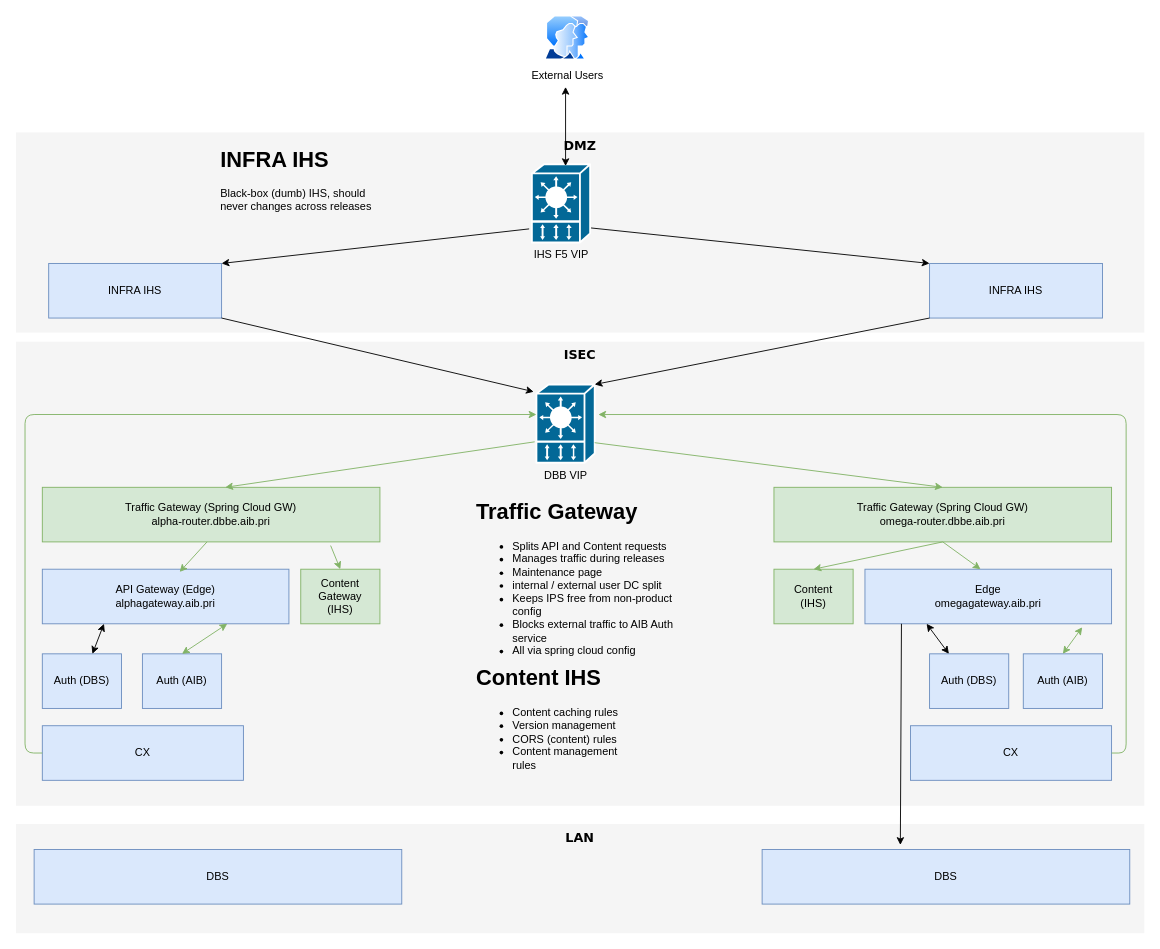
Before: src/main/resources/templates/traffic-management-alpha-testing.drawio in hughrossdublin/cardsproxy, a draw.io diagram. Source tidied: cells renumbered, new cells numbered last; positions are measured from the earlier drawing's top-left corner, leaving out a move shared by most shapes. Both pictures are drawn from the tidied source at 91%, with x=0, y=0 at pixel (15, 15).
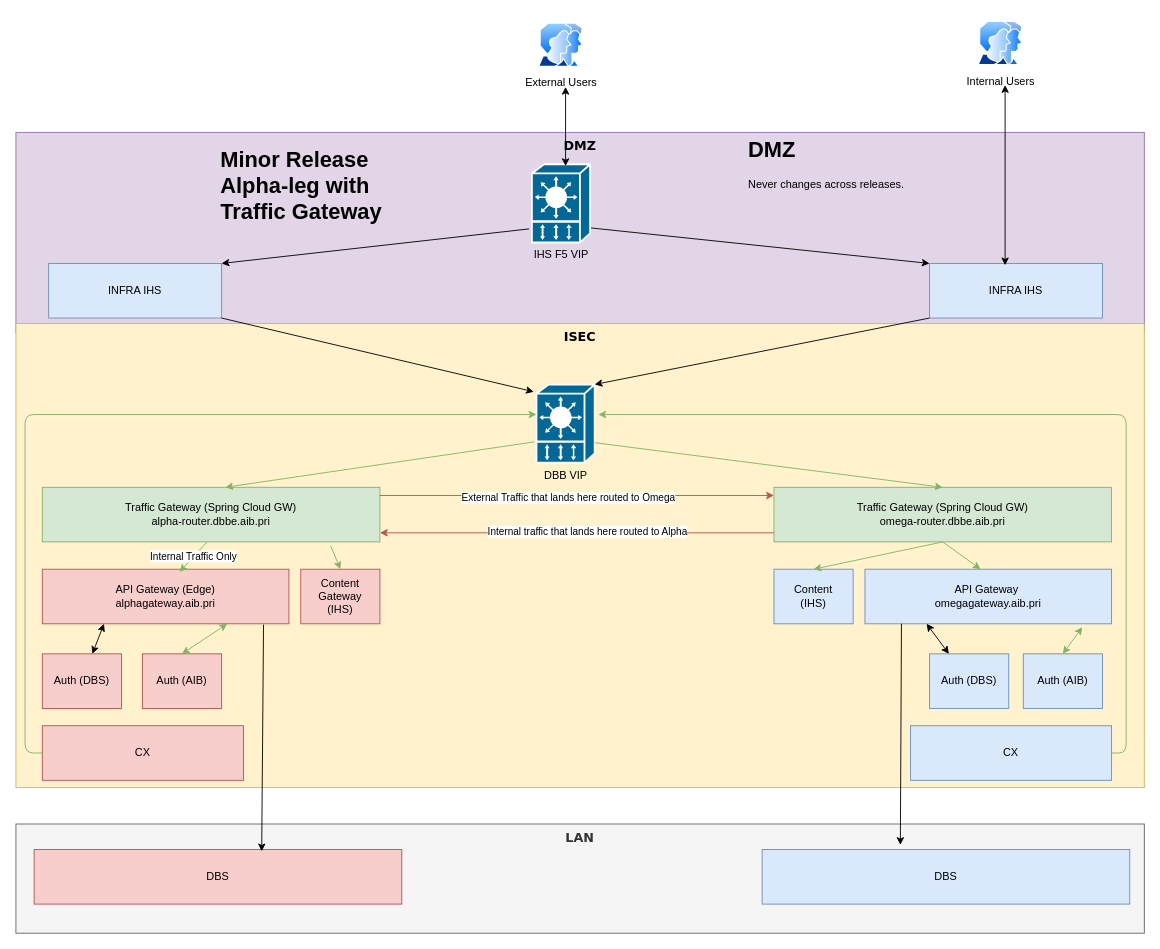
Above is the later version.

Diff of the diagram source:
```diff
@@
-    <mxCell id="2" value="LAN" style="whiteSpace=wrap;html=1;rounded=0;shadow=0;comic=0;strokeWidth=1;fontFamily=Verdana;fontSize=14;fillColor=#f5f5f5;strokeColor=none;verticalAlign=top;fontStyle=1;" parent="1" vertex="1">
+    <mxCell id="2" value="LAN" style="whiteSpace=wrap;html=1;rounded=0;shadow=0;comic=0;strokeWidth=1;fontFamily=Verdana;fontSize=14;fillColor=#f5f5f5;strokeColor=#666666;verticalAlign=top;fontStyle=1;fontColor=#333333;" parent="1" vertex="1">
       <mxGeometry y="888" width="1240" height="120" as="geometry" />
     </mxCell>
-    <mxCell id="3" value="DMZ" style="whiteSpace=wrap;html=1;rounded=0;shadow=0;comic=0;strokeWidth=1;fontFamily=Verdana;fontSize=14;fillColor=#f5f5f5;strokeColor=none;verticalAlign=top;fontStyle=1;" parent="1" vertex="1">
+    <mxCell id="3" value="DMZ" style="whiteSpace=wrap;html=1;rounded=0;shadow=0;comic=0;strokeWidth=1;fontFamily=Verdana;fontSize=14;fillColor=#e1d5e7;strokeColor=#9673a6;verticalAlign=top;fontStyle=1;" parent="1" vertex="1">
       <mxGeometry y="128" width="1240" height="220" as="geometry" />
     </mxCell>
@@
     <mxCell id="5" value="External Users" style="perimeter=ellipsePerimeter;html=1;align=center;shadow=0;dashed=0;spacingTop=3;image;image=img/lib/active_directory/user_accounts.svg;" parent="1" vertex="1">
-      <mxGeometry x="581" width="50" height="48.5" as="geometry" />
+      <mxGeometry x="574" y="8" width="50" height="48.5" as="geometry" />
     </mxCell>
@@
-    <mxCell id="8" value="ISEC" style="whiteSpace=wrap;html=1;rounded=0;shadow=0;comic=0;strokeWidth=1;fontFamily=Verdana;fontSize=14;fillColor=#f5f5f5;strokeColor=none;verticalAlign=top;fontStyle=1;" parent="1" vertex="1">
-      <mxGeometry y="358" width="1240" height="510" as="geometry" />
+    <mxCell id="8" value="ISEC" style="whiteSpace=wrap;html=1;rounded=0;shadow=0;comic=0;strokeWidth=1;fontFamily=Verdana;fontSize=14;fillColor=#fff2cc;strokeColor=#d6b656;verticalAlign=top;fontStyle=1;" parent="1" vertex="1">
+      <mxGeometry y="338" width="1240" height="510" as="geometry" />
     </mxCell>
-    <mxCell id="9" value="API Gateway (Edge)&lt;br&gt;alphagateway.aib.pri" style="rounded=0;whiteSpace=wrap;html=1;strokeColor=#6c8ebf;fillColor=#dae8fc;" parent="1" vertex="1">
+    <mxCell id="9" value="API Gateway (Edge)&lt;br&gt;alphagateway.aib.pri" style="rounded=0;whiteSpace=wrap;html=1;strokeColor=#b85450;fillColor=#f8cecc;" parent="1" vertex="1">
       <mxGeometry x="29" y="608" width="271" height="60" as="geometry" />
     </mxCell>
-    <mxCell id="10" value="Edge&lt;br&gt;omegagateway.aib.pri" style="rounded=0;whiteSpace=wrap;html=1;strokeColor=#6c8ebf;fillColor=#dae8fc;" parent="1" vertex="1">
+    <mxCell id="10" value="API Gateway&amp;nbsp;&lt;br&gt;omegagateway.aib.pri" style="rounded=0;whiteSpace=wrap;html=1;strokeColor=#6c8ebf;fillColor=#dae8fc;" parent="1" vertex="1">
       <mxGeometry x="933" y="608" width="271" height="60" as="geometry" />
     </mxCell>
@@
-    <mxCell id="12" value="CX" style="rounded=0;whiteSpace=wrap;html=1;fillColor=#dae8fc;strokeColor=#6c8ebf;" parent="1" vertex="1">
+    <mxCell id="12" value="CX" style="rounded=0;whiteSpace=wrap;html=1;fillColor=#f8cecc;strokeColor=#b85450;" parent="1" vertex="1">
       <mxGeometry x="29" y="780" width="221" height="60" as="geometry" />
     </mxCell>
@@
-    <mxCell id="14" value="Auth (DBS)" style="rounded=0;whiteSpace=wrap;html=1;fillColor=#dae8fc;strokeColor=#6c8ebf;" parent="1" vertex="1">
+    <mxCell id="14" value="Auth (DBS)" style="rounded=0;whiteSpace=wrap;html=1;fillColor=#f8cecc;strokeColor=#b85450;" parent="1" vertex="1">
       <mxGeometry x="29" y="701" width="87" height="60" as="geometry" />
     </mxCell>
@@
-    <mxCell id="23" value="Auth (AIB)" style="rounded=0;whiteSpace=wrap;html=1;fillColor=#dae8fc;strokeColor=#6c8ebf;" parent="1" vertex="1">
+    <mxCell id="23" value="Auth (AIB)" style="rounded=0;whiteSpace=wrap;html=1;fillColor=#f8cecc;strokeColor=#b85450;" parent="1" vertex="1">
       <mxGeometry x="139" y="701" width="87" height="60" as="geometry" />
     </mxCell>
-    <mxCell id="24" value="DBS" style="rounded=0;whiteSpace=wrap;html=1;fillColor=#dae8fc;strokeColor=#6c8ebf;" parent="1" vertex="1">
+    <mxCell id="24" value="DBS" style="rounded=0;whiteSpace=wrap;html=1;fillColor=#f8cecc;strokeColor=#b85450;" parent="1" vertex="1">
       <mxGeometry x="20" y="916" width="404" height="60" as="geometry" />
     </mxCell>
@@
-    <mxCell id="28" value="Content Gateway&lt;br&gt;(IHS)" style="rounded=0;whiteSpace=wrap;html=1;fillColor=#d5e8d4;strokeColor=#82b366;" parent="1" vertex="1">
+    <mxCell id="28" value="Content Gateway&lt;br&gt;(IHS)" style="rounded=0;whiteSpace=wrap;html=1;fillColor=#f8cecc;strokeColor=#b85450;" parent="1" vertex="1">
       <mxGeometry x="313" y="608" width="87" height="60" as="geometry" />
     </mxCell>
-    <mxCell id="29" value="Content &lt;br&gt;(IHS)" style="rounded=0;whiteSpace=wrap;html=1;fillColor=#d5e8d4;strokeColor=#82b366;" parent="1" vertex="1">
+    <mxCell id="29" value="Content &lt;br&gt;(IHS)" style="rounded=0;whiteSpace=wrap;html=1;fillColor=#dae8fc;strokeColor=#6c8ebf;" parent="1" vertex="1">
       <mxGeometry x="833" y="608" width="87" height="60" as="geometry" />
     </mxCell>
@@
-    <mxCell id="31" value="&lt;h1&gt;INFRA IHS&lt;/h1&gt;&lt;p&gt;Black-box (dumb) IHS, should never changes across releases&lt;/p&gt;" style="text;html=1;strokeColor=none;fillColor=none;spacing=5;spacingTop=-20;whiteSpace=wrap;overflow=hidden;rounded=0;" parent="1" vertex="1">
+    <mxCell id="31" value="&lt;h1&gt;Minor Release&lt;br&gt;Alpha-leg with Traffic Gateway&lt;/h1&gt;" style="text;html=1;strokeColor=none;fillColor=none;spacing=5;spacingTop=-20;whiteSpace=wrap;overflow=hidden;rounded=0;" parent="1" vertex="1">
       <mxGeometry x="220" y="138" width="190" height="120" as="geometry" />
     </mxCell>
-    <mxCell id="32" value="&lt;h1&gt;Content IHS&lt;/h1&gt;&lt;p&gt;&lt;/p&gt;&lt;ul&gt;&lt;li&gt;Content caching rules&lt;/li&gt;&lt;li&gt;Version management&lt;/li&gt;&lt;li&gt;CORS (content) rules&lt;/li&gt;&lt;li&gt;Content management rules&lt;/li&gt;&lt;/ul&gt;&lt;p&gt;&lt;/p&gt;&lt;p&gt;&lt;br&gt;&lt;/p&gt;" style="text;html=1;strokeColor=none;fillColor=none;spacing=5;spacingTop=-20;whiteSpace=wrap;overflow=hidden;rounded=0;" parent="1" vertex="1">
-      <mxGeometry x="501" y="708" width="190" height="120" as="geometry" />
-    </mxCell>
@@
-    <mxCell id="37" style="endArrow=classic;html=1;exitX=0.557;exitY=0.05;exitDx=0;exitDy=0;exitPerimeter=0;entryX=0.557;entryY=0.05;entryDx=0;entryDy=0;entryPerimeter=0;fillColor=#d5e8d4;strokeColor=#82b366;" parent="1" edge="1" target="9">
+    <mxCell id="37" value="Internal Traffic Only" style="endArrow=classic;html=1;exitX=0.557;exitY=0.05;exitDx=0;exitDy=0;exitPerimeter=0;entryX=0.557;entryY=0.05;entryDx=0;entryDy=0;entryPerimeter=0;fillColor=#d5e8d4;strokeColor=#82b366;" parent="1" edge="1" target="9">
       <mxGeometry relative="1" as="geometry">
         <mxPoint x="210" y="578" as="sourcePoint" />
       </mxGeometry>
     </mxCell>
@@
-    <mxCell id="41" value="&lt;h1&gt;Traffic Gateway&lt;/h1&gt;&lt;p&gt;&lt;/p&gt;&lt;ul&gt;&lt;li&gt;&lt;span&gt;Splits API and Content requests&lt;/span&gt;&lt;br&gt;&lt;/li&gt;&lt;li&gt;Manages traffic during releases&lt;/li&gt;&lt;li&gt;Maintenance page&lt;/li&gt;&lt;li&gt;internal / external user DC split&lt;/li&gt;&lt;li&gt;Keeps IPS free from non-product config&lt;/li&gt;&lt;li&gt;Blocks external traffic to AIB Auth service&lt;/li&gt;&lt;li&gt;All via spring cloud config&lt;/li&gt;&lt;/ul&gt;&lt;p&gt;&lt;/p&gt;" style="text;html=1;strokeColor=none;fillColor=none;spacing=5;spacingTop=-20;whiteSpace=wrap;overflow=hidden;rounded=0;" parent="1" vertex="1">
-      <mxGeometry x="501" y="525" width="249" height="180" as="geometry" />
-    </mxCell>
@@
+    <mxCell id="45" style="endArrow=classic;html=1;exitX=1;exitY=0.5;exitDx=0;exitDy=0;entryX=0;entryY=0.5;entryDx=0;entryDy=0;fillColor=#f8cecc;strokeColor=#b85450;" parent="1" edge="1">
+      <mxGeometry relative="1" as="geometry">
+        <mxPoint x="400" y="527" as="sourcePoint" />
+        <mxPoint x="833" y="527" as="targetPoint" />
+      </mxGeometry>
+    </mxCell>
+    <mxCell id="46" value="External Traffic that lands here routed to Omega" style="edgeLabel;html=1;align=center;verticalAlign=middle;" parent="45" vertex="1">
+      <mxGeometry x="-0.05" y="-2" relative="1" as="geometry" />
+    </mxCell>
+    <mxCell id="47" style="endArrow=classic;html=1;exitX=0.897;exitY=1.017;exitDx=0;exitDy=0;exitPerimeter=0;entryX=0.619;entryY=0.033;entryDx=0;entryDy=0;entryPerimeter=0;" parent="1" edge="1" source="9" target="24">
+      <mxGeometry relative="1" as="geometry" />
+    </mxCell>
+    <mxCell id="48" style="endArrow=classic;html=1;exitX=1;exitY=0.5;exitDx=0;exitDy=0;entryX=0;entryY=0.5;entryDx=0;entryDy=0;fillColor=#f8cecc;strokeColor=#b85450;" parent="1" edge="1">
+      <mxGeometry relative="1" as="geometry">
+        <mxPoint x="833" y="568" as="sourcePoint" />
+        <mxPoint x="400" y="568" as="targetPoint" />
+      </mxGeometry>
+    </mxCell>
+    <mxCell id="49" value="Internal traffic that lands here routed to Alpha" style="edgeLabel;html=1;align=center;verticalAlign=middle;" parent="48" vertex="1">
+      <mxGeometry x="-0.05" y="-2" relative="1" as="geometry" />
+    </mxCell>
+    <mxCell id="50" value="Internal Users" style="perimeter=ellipsePerimeter;html=1;align=center;shadow=0;dashed=0;spacingTop=3;image;image=img/lib/active_directory/user_accounts.svg;" parent="1" vertex="1">
+      <mxGeometry x="1057" y="6" width="50" height="48.5" as="geometry" />
+    </mxCell>
+    <mxCell id="51" style="endArrow=classic;startArrow=classic;html=1;" parent="1" edge="1">
+      <mxGeometry relative="1" as="geometry">
+        <mxPoint x="1087" y="274" as="sourcePoint" />
+        <mxPoint x="1087" y="76" as="targetPoint" />
+      </mxGeometry>
+    </mxCell>
+    <mxCell id="52" value="&lt;h1&gt;DMZ&lt;br&gt;&lt;/h1&gt;&lt;div&gt;Never changes across releases.&lt;/div&gt;" style="text;html=1;strokeColor=none;fillColor=none;spacing=5;spacingTop=-20;whiteSpace=wrap;overflow=hidden;rounded=0;" parent="1" vertex="1">
+      <mxGeometry x="800" y="128" width="190" height="110" as="geometry" />
+    </mxCell>
```
